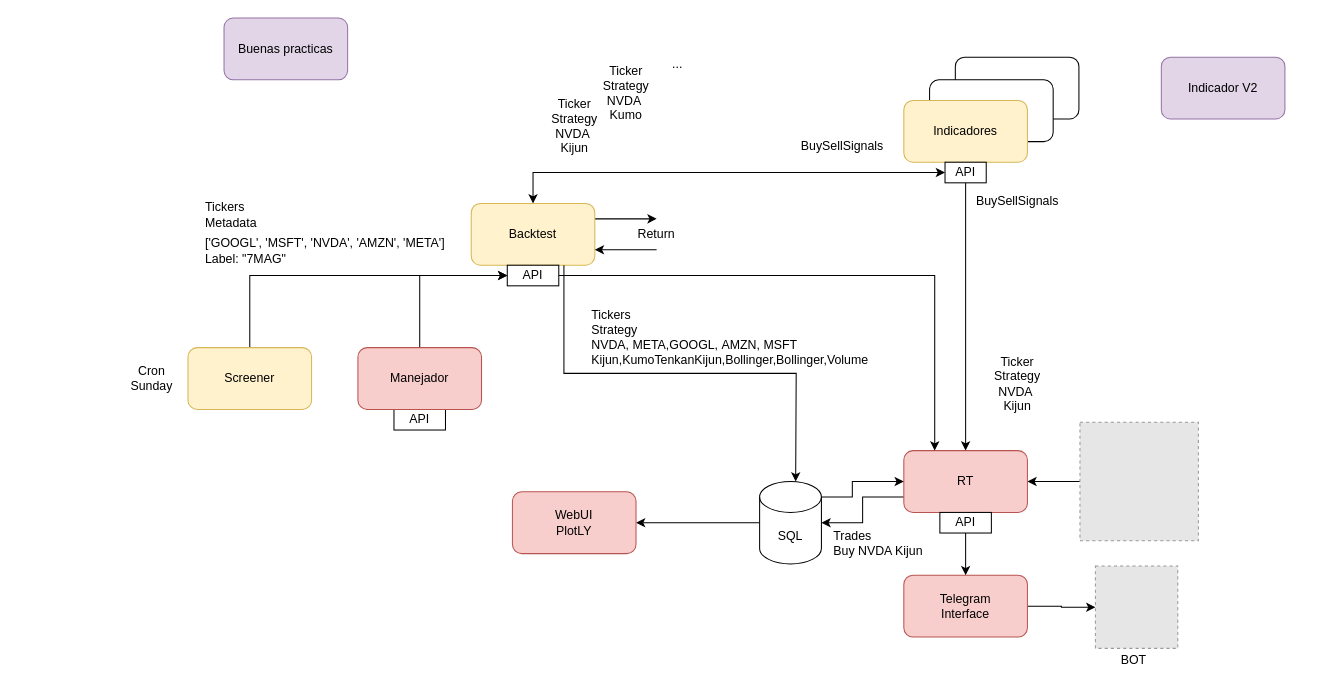
Above: page "Diagrama" (1 of 2) of TradingCore 24Q4.drawio in kbm15/pelacables-swing-trading-core (draw.io), before the change. Source tidied: cells renumbered, new cells numbered last; positions are measured from the earlier drawing's top-left corner, leaving out a move shared by most shapes. Both pictures are drawn from the tidied source at 103%, with x=0, y=0 at pixel (121, 18). Pictures stored in the file or linked from it are replaced by grey dashed boxes.
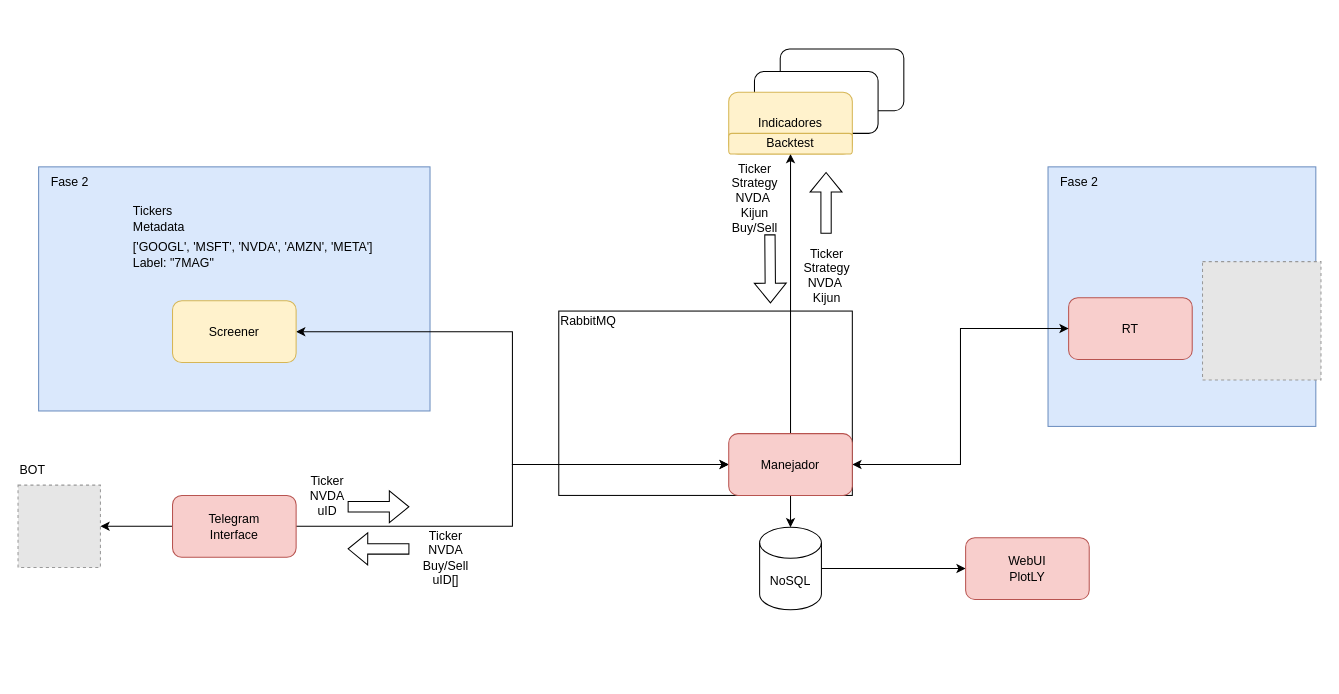
After the change.

Commit message:
New diagram with flowchart

Diff of the diagram source:
```diff
@@
-    <mxCell id="2" style="edgeStyle=orthogonalEdgeStyle;rounded=0;jettySize=auto;html=1;exitX=0.5;exitY=0;exitDx=0;exitDy=0;entryX=0;entryY=0.5;entryDx=0;entryDy=0;startArrow=classic;startFill=1;" parent="1" edge="1" source="4" target="26">
-      <mxGeometry relative="1" as="geometry" />
-    </mxCell>
-    <mxCell id="3" style="edgeStyle=orthogonalEdgeStyle;rounded=0;jettySize=auto;html=1;exitX=1;exitY=0.25;exitDx=0;exitDy=0;entryX=0.5;entryY=0;entryDx=0;entryDy=0;" parent="1" edge="1" source="4" target="33">
-      <mxGeometry relative="1" as="geometry">
-        <Array as="points">
-          <mxPoint x="500" y="195" />
-          <mxPoint x="500" y="195" />
-        </Array>
-      </mxGeometry>
-    </mxCell>
-    <mxCell id="4" value="Backtest" style="rounded=1;whiteSpace=wrap;html=1;fillColor=#fff2cc;strokeColor=#d6b656;" parent="1" vertex="1">
-      <mxGeometry x="340" y="180" width="120" height="60" as="geometry" />
-    </mxCell>
-    <mxCell id="5" style="edgeStyle=orthogonalEdgeStyle;rounded=0;jettySize=auto;html=1;exitX=0.5;exitY=0;exitDx=0;exitDy=0;entryX=0;entryY=0.5;entryDx=0;entryDy=0;" parent="1" edge="1" source="6" target="23">
-      <mxGeometry relative="1" as="geometry" />
-    </mxCell>
+    <mxCell id="47" value="RabbitMQ&lt;div&gt;&lt;br&gt;&lt;/div&gt;&lt;div&gt;&lt;br&gt;&lt;/div&gt;&lt;div&gt;&lt;br&gt;&lt;/div&gt;&lt;div style=&quot;&quot;&gt;&lt;br&gt;&lt;/div&gt;&lt;div style=&quot;&quot;&gt;&lt;br&gt;&lt;/div&gt;&lt;div style=&quot;&quot;&gt;&lt;br&gt;&lt;/div&gt;&lt;div style=&quot;&quot;&gt;&lt;br&gt;&lt;/div&gt;&lt;div style=&quot;&quot;&gt;&lt;br&gt;&lt;/div&gt;&lt;div style=&quot;&quot;&gt;&lt;br&gt;&lt;/div&gt;&lt;div style=&quot;&quot;&gt;&lt;br&gt;&lt;/div&gt;&lt;div style=&quot;&quot;&gt;&lt;br&gt;&lt;/div&gt;" style="rounded=0;whiteSpace=wrap;html=1;labelPosition=center;verticalLabelPosition=middle;align=left;verticalAlign=middle;" parent="1" vertex="1">
+      <mxGeometry x="425" y="284.5" width="285" height="179" as="geometry" />
+    </mxCell>
+    <mxCell id="48" style="rounded=0;whiteSpace=wrap;html=1;fillColor=#dae8fc;strokeColor=#6c8ebf;" parent="1" vertex="1">
+      <mxGeometry x="900" y="144.5" width="260" height="252" as="geometry" />
+    </mxCell>
+    <mxCell id="49" value="Fase 2" style="text;html=1;align=center;verticalAlign=middle;strokeColor=none;fillColor=none;" parent="1" vertex="1">
+      <mxGeometry x="900" y="144.5" width="60" height="30" as="geometry" />
+    </mxCell>
+    <mxCell id="50" style="rounded=0;whiteSpace=wrap;html=1;fillColor=#dae8fc;strokeColor=#6c8ebf;" parent="1" vertex="1">
+      <mxGeometry x="-80" y="144.5" width="380" height="237" as="geometry" />
+    </mxCell>
+    <mxCell id="51" style="edgeStyle=orthogonalEdgeStyle;rounded=0;jettySize=auto;html=1;exitX=1;exitY=0.5;exitDx=0;exitDy=0;entryX=0;entryY=0.5;entryDx=0;entryDy=0;startArrow=classic;startFill=1;" parent="1" edge="1" source="6" target="12">
+      <mxGeometry relative="1" as="geometry" />
+    </mxCell>
     <mxCell id="6" value="Screener" style="rounded=1;whiteSpace=wrap;html=1;fillColor=#fff2cc;strokeColor=#d6b656;" parent="1" vertex="1">
-      <mxGeometry x="65" y="320" width="120" height="60" as="geometry" />
+      <mxGeometry x="50" y="274.5" width="120" height="60" as="geometry" />
     </mxCell>
-    <mxCell id="7" style="edgeStyle=orthogonalEdgeStyle;rounded=0;jettySize=auto;html=1;exitX=0;exitY=0.75;exitDx=0;exitDy=0;entryX=1;entryY=0.5;entryDx=0;entryDy=0;entryPerimeter=0;" parent="1" edge="1" source="9" target="19">
-      <mxGeometry relative="1" as="geometry" />
-    </mxCell>
-    <mxCell id="8" style="edgeStyle=orthogonalEdgeStyle;rounded=0;jettySize=auto;html=1;exitX=1;exitY=0.5;exitDx=0;exitDy=0;startArrow=classic;startFill=1;" parent="1" edge="1" source="9">
-      <mxGeometry relative="1" as="geometry">
-        <mxPoint x="940" y="450" as="targetPoint" />
-      </mxGeometry>
-    </mxCell>
     <mxCell id="9" value="RT" style="rounded=1;whiteSpace=wrap;html=1;fillColor=#f8cecc;strokeColor=#b85450;" parent="1" vertex="1">
-      <mxGeometry x="760" y="420" width="120" height="60" as="geometry" />
+      <mxGeometry x="920" y="271.5" width="120" height="60" as="geometry" />
     </mxCell>
-    <mxCell id="10" value="API" style="rounded=0;whiteSpace=wrap;html=1;" parent="1" vertex="1">
-      <mxGeometry x="265" y="380" width="50" height="20" as="geometry" />
-    </mxCell>
-    <mxCell id="11" style="edgeStyle=orthogonalEdgeStyle;rounded=0;jettySize=auto;html=1;exitX=0.5;exitY=0;exitDx=0;exitDy=0;entryX=0;entryY=0.5;entryDx=0;entryDy=0;" parent="1" edge="1" source="12" target="23">
-      <mxGeometry relative="1" as="geometry" />
-    </mxCell>
-    <mxCell id="12" value="Manejador" style="rounded=1;whiteSpace=wrap;html=1;fillColor=#f8cecc;strokeColor=#b85450;" parent="1" vertex="1">
-      <mxGeometry x="230" y="320" width="120" height="60" as="geometry" />
-    </mxCell>
-    <mxCell id="13" value="Cron&lt;div&gt;Sunday&lt;/div&gt;" style="text;html=1;align=center;verticalAlign=middle;whiteSpace=wrap;rounded=0;" parent="1" vertex="1">
-      <mxGeometry y="335" width="60" height="30" as="geometry" />
-    </mxCell>
     <mxCell id="14" value="Tickers&amp;nbsp;&lt;div&gt;Metadata&lt;/div&gt;" style="text;html=1;align=left;verticalAlign=middle;whiteSpace=wrap;rounded=0;" parent="1" vertex="1">
-      <mxGeometry x="80" y="176" width="60" height="30" as="geometry" />
+      <mxGeometry x="10" y="180" width="60" height="30" as="geometry" />
     </mxCell>
     <mxCell id="15" style="rounded=1;whiteSpace=wrap;html=1;" parent="1" vertex="1">
-      <mxGeometry x="810" y="38" width="120" height="60" as="geometry" />
+      <mxGeometry x="640" y="30" width="120" height="60" as="geometry" />
     </mxCell>
     <mxCell id="16" style="rounded=1;whiteSpace=wrap;html=1;" parent="1" vertex="1">
-      <mxGeometry x="785" y="60" width="120" height="60" as="geometry" />
+      <mxGeometry x="615" y="52" width="120" height="60" as="geometry" />
     </mxCell>
     <mxCell id="17" value="Indicadores" style="rounded=1;whiteSpace=wrap;html=1;fillColor=#fff2cc;strokeColor=#d6b656;" parent="1" vertex="1">
-      <mxGeometry x="760" y="80" width="120" height="60" as="geometry" />
+      <mxGeometry x="590" y="72" width="120" height="60" as="geometry" />
     </mxCell>
-    <mxCell id="18" style="edgeStyle=orthogonalEdgeStyle;rounded=0;jettySize=auto;html=1;exitX=0;exitY=0.5;exitDx=0;exitDy=0;exitPerimeter=0;entryX=1;entryY=0.5;entryDx=0;entryDy=0;" parent="1" edge="1" source="19" target="37">
+    <mxCell id="18" style="edgeStyle=orthogonalEdgeStyle;rounded=0;jettySize=auto;html=1;exitX=1;exitY=0.5;exitDx=0;exitDy=0;exitPerimeter=0;entryX=0;entryY=0.5;entryDx=0;entryDy=0;" parent="1" edge="1" source="19" target="37">
       <mxGeometry relative="1" as="geometry" />
     </mxCell>
-    <mxCell id="19" value="SQL" style="shape=cylinder3;whiteSpace=wrap;html=1;boundedLbl=1;backgroundOutline=1;size=15;" parent="1" vertex="1">
-      <mxGeometry x="620" y="450" width="60" height="80" as="geometry" />
+    <mxCell id="19" value="NoSQL" style="shape=cylinder3;whiteSpace=wrap;html=1;boundedLbl=1;backgroundOutline=1;size=15;" parent="1" vertex="1">
+      <mxGeometry x="620" y="494.5" width="60" height="80" as="geometry" />
     </mxCell>
-    <mxCell id="20" value="Tickers&lt;div&gt;Strategy&lt;/div&gt;&lt;div&gt;&lt;div&gt;NVDA,&amp;nbsp;&lt;span style=&quot;background-color: initial;&quot;&gt;META,&lt;/span&gt;&lt;span style=&quot;background-color: initial;&quot;&gt;GOOGL,&lt;/span&gt;&lt;span style=&quot;background-color: initial;&quot;&gt;&amp;nbsp;&lt;/span&gt;&lt;span style=&quot;background-color: initial;&quot;&gt;AMZN,&lt;/span&gt;&lt;span style=&quot;background-color: initial;&quot;&gt;&amp;nbsp;&lt;/span&gt;&lt;span style=&quot;background-color: initial;&quot;&gt;MSFT&amp;nbsp; &amp;nbsp; &amp;nbsp;&lt;/span&gt;&lt;/div&gt;&lt;div&gt;&lt;span style=&quot;background-color: initial;&quot;&gt;Kijun,&lt;/span&gt;&lt;span style=&quot;background-color: initial;&quot;&gt;KumoTenkanKijun,&lt;/span&gt;&lt;span style=&quot;background-color: initial;&quot;&gt;Bollinger,&lt;/span&gt;&lt;span style=&quot;background-color: initial;&quot;&gt;Bollinger,&lt;/span&gt;&lt;span style=&quot;background-color: initial;&quot;&gt;Volume&lt;/span&gt;&lt;/div&gt;&lt;/div&gt;" style="text;html=1;align=left;verticalAlign=middle;whiteSpace=wrap;rounded=0;" parent="1" vertex="1">
-      <mxGeometry x="455" y="270" width="330" height="80" as="geometry" />
-    </mxCell>
     <mxCell id="21" value="['GOOGL', 'MSFT', 'NVDA', 'AMZN', 'META']&lt;div&gt;Label: &quot;7MAG&quot;&lt;/div&gt;" style="text;html=1;align=left;verticalAlign=middle;strokeColor=none;fillColor=none;" parent="1" vertex="1">
-      <mxGeometry x="80" y="206" width="260" height="40" as="geometry" />
+      <mxGeometry x="10" y="210" width="260" height="40" as="geometry" />
     </mxCell>
-    <mxCell id="22" style="edgeStyle=orthogonalEdgeStyle;rounded=0;jettySize=auto;html=1;exitX=1;exitY=0.5;exitDx=0;exitDy=0;entryX=0.25;entryY=0;entryDx=0;entryDy=0;" parent="1" edge="1" source="23" target="9">
-      <mxGeometry relative="1" as="geometry" />
-    </mxCell>
-    <mxCell id="23" value="API" style="rounded=0;whiteSpace=wrap;html=1;" parent="1" vertex="1">
-      <mxGeometry x="375" y="240" width="50" height="20" as="geometry" />
-    </mxCell>
     <mxCell id="24" value="&lt;div&gt;Ticker&lt;/div&gt;&lt;div&gt;Strategy&lt;/div&gt;NVDA&amp;nbsp;&lt;div&gt;Kijun&lt;/div&gt;" style="text;html=1;align=center;verticalAlign=middle;strokeColor=none;fillColor=none;" parent="1" vertex="1">
-      <mxGeometry x="405" y="70" width="70" height="70" as="geometry" />
+      <mxGeometry x="650" y="214.5" width="70" height="70" as="geometry" />
     </mxCell>
-    <mxCell id="25" style="edgeStyle=orthogonalEdgeStyle;rounded=0;jettySize=auto;html=1;exitX=0.5;exitY=1;exitDx=0;exitDy=0;entryX=0.5;entryY=0;entryDx=0;entryDy=0;" parent="1" edge="1" source="26" target="9">
-      <mxGeometry relative="1" as="geometry" />
-    </mxCell>
-    <mxCell id="26" value="API" style="rounded=0;whiteSpace=wrap;html=1;" parent="1" vertex="1">
-      <mxGeometry x="800" y="140" width="40" height="20" as="geometry" />
-    </mxCell>
-    <mxCell id="27" value="BuySellSignals" style="text;html=1;align=center;verticalAlign=middle;strokeColor=none;fillColor=none;" parent="1" vertex="1">
-      <mxGeometry x="650" y="110" width="100" height="30" as="geometry" />
-    </mxCell>
-    <mxCell id="28" value="BuySellSignals" style="text;html=1;align=center;verticalAlign=middle;strokeColor=none;fillColor=none;" parent="1" vertex="1">
-      <mxGeometry x="820" y="163" width="100" height="30" as="geometry" />
-    </mxCell>
-    <mxCell id="29" value="&lt;div&gt;Ticker&lt;/div&gt;&lt;div&gt;Strategy&lt;/div&gt;NVDA&amp;nbsp;&lt;div&gt;Kijun&lt;/div&gt;" style="text;html=1;align=center;verticalAlign=middle;strokeColor=none;fillColor=none;" parent="1" vertex="1">
-      <mxGeometry x="835" y="320" width="70" height="70" as="geometry" />
-    </mxCell>
-    <mxCell id="30" value="&lt;div&gt;Ticker&lt;/div&gt;&lt;div&gt;Strategy&lt;/div&gt;NVDA&amp;nbsp;&lt;div&gt;Kumo&lt;/div&gt;" style="text;html=1;align=center;verticalAlign=middle;strokeColor=none;fillColor=none;" parent="1" vertex="1">
-      <mxGeometry x="455" y="38" width="70" height="70" as="geometry" />
-    </mxCell>
-    <mxCell id="31" value="..." style="text;html=1;align=center;verticalAlign=middle;strokeColor=none;fillColor=none;" parent="1" vertex="1">
-      <mxGeometry x="525" y="30" width="30" height="30" as="geometry" />
-    </mxCell>
-    <mxCell id="32" style="edgeStyle=orthogonalEdgeStyle;rounded=0;jettySize=auto;html=1;exitX=0.5;exitY=1;exitDx=0;exitDy=0;entryX=1;entryY=0.75;entryDx=0;entryDy=0;" parent="1" edge="1" source="33" target="4">
-      <mxGeometry relative="1" as="geometry">
-        <Array as="points">
-          <mxPoint x="500" y="225" />
-          <mxPoint x="500" y="225" />
-        </Array>
-      </mxGeometry>
-    </mxCell>
-    <mxCell id="33" value="Return" style="text;html=1;align=center;verticalAlign=middle;whiteSpace=wrap;rounded=0;" parent="1" vertex="1">
-      <mxGeometry x="490" y="195" width="60" height="30" as="geometry" />
-    </mxCell>
-    <mxCell id="34" style="edgeStyle=orthogonalEdgeStyle;rounded=0;jettySize=auto;html=1;exitX=0.75;exitY=1;exitDx=0;exitDy=0;entryX=0.5;entryY=0;entryDx=0;entryDy=0;" parent="1" edge="1" source="4">
-      <mxGeometry relative="1" as="geometry">
-        <mxPoint x="655" y="450" as="targetPoint" />
-      </mxGeometry>
-    </mxCell>
-    <mxCell id="35" style="edgeStyle=orthogonalEdgeStyle;rounded=0;jettySize=auto;html=1;exitX=1;exitY=0;exitDx=0;exitDy=15;entryX=0;entryY=0.5;entryDx=0;entryDy=0;exitPerimeter=0;" parent="1" edge="1" source="19" target="9">
-      <mxGeometry relative="1" as="geometry">
-        <Array as="points">
-          <mxPoint x="710" y="465" />
-          <mxPoint x="710" y="450" />
-        </Array>
-      </mxGeometry>
-    </mxCell>
-    <mxCell id="36" value="Trades&lt;div&gt;Buy NVDA Kijun&lt;/div&gt;" style="text;html=1;align=left;verticalAlign=middle;strokeColor=none;fillColor=none;" parent="1" vertex="1">
-      <mxGeometry x="690" y="490" width="110" height="40" as="geometry" />
-    </mxCell>
     <mxCell id="37" value="WebUI&lt;div&gt;PlotLY&lt;/div&gt;" style="rounded=1;whiteSpace=wrap;html=1;fillColor=#f8cecc;strokeColor=#b85450;" parent="1" vertex="1">
-      <mxGeometry x="380" y="460" width="120" height="60" as="geometry" />
+      <mxGeometry x="820" y="504.5" width="120" height="60" as="geometry" />
     </mxCell>
-    <mxCell id="38" value="Buenas practicas" style="rounded=1;whiteSpace=wrap;html=1;fillColor=#e1d5e7;strokeColor=#9673a6;" parent="1" vertex="1">
-      <mxGeometry x="100" width="120" height="60" as="geometry" />
-    </mxCell>
-    <mxCell id="39" value="Indicador V2" style="rounded=1;whiteSpace=wrap;html=1;fillColor=#e1d5e7;strokeColor=#9673a6;" parent="1" vertex="1">
-      <mxGeometry x="1010" y="38" width="120" height="60" as="geometry" />
-    </mxCell>
-    <mxCell id="40" style="edgeStyle=orthogonalEdgeStyle;rounded=0;jettySize=auto;html=1;entryX=0;entryY=0.5;entryDx=0;entryDy=0;" parent="1" edge="1" source="41" target="42">
-      <mxGeometry relative="1" as="geometry" />
+    <mxCell id="40" style="edgeStyle=orthogonalEdgeStyle;rounded=0;orthogonalLoop=1;jettySize=auto;html=1;entryX=0;entryY=0.5;entryDx=0;entryDy=0;" parent="1" edge="1">
+      <mxGeometry relative="1" as="geometry">
+        <mxPoint x="880" y="571" as="sourcePoint" />
+      </mxGeometry>
     </mxCell>
-    <mxCell id="41" value="Telegram&lt;div&gt;Interface&lt;/div&gt;" style="rounded=1;whiteSpace=wrap;html=1;fillColor=#f8cecc;strokeColor=#b85450;" parent="1" vertex="1">
-      <mxGeometry x="760" y="541" width="120" height="60" as="geometry" />
-    </mxCell>
-    <mxCell id="42" style="fillColor=#E6E6E6;strokeColor=#999999;dashed=1;html=1;verticalAlign=top;verticalLabelPosition=bottom;labelBackgroundColor=#ffffff;" parent="1" vertex="1">
-      <mxGeometry x="946" y="532" width="80" height="80" as="geometry" />
-    </mxCell>
     <mxCell id="43" value="BOT" style="text;html=1;align=left;verticalAlign=middle;strokeColor=none;fillColor=none;" parent="1" vertex="1">
-      <mxGeometry x="969" y="609" width="50" height="30" as="geometry" />
+      <mxGeometry x="-100" y="423.5" width="50" height="30" as="geometry" />
     </mxCell>
     <mxCell id="44" style="fillColor=#E6E6E6;strokeColor=#999999;dashed=1;verticalLabelPosition=bottom;labelBackgroundColor=default;verticalAlign=top;" parent="1" vertex="1">
-      <mxGeometry x="931" y="392.5" width="115" height="115" as="geometry" />
+      <mxGeometry x="1050" y="236.5" width="115" height="115" as="geometry" />
     </mxCell>
-    <mxCell id="45" style="edgeStyle=orthogonalEdgeStyle;rounded=0;jettySize=auto;html=1;entryX=0.5;entryY=0;entryDx=0;entryDy=0;" parent="1" edge="1" source="46" target="41">
-      <mxGeometry relative="1" as="geometry" />
-    </mxCell>
-    <mxCell id="46" value="API" style="rounded=0;whiteSpace=wrap;html=1;" parent="1" vertex="1">
-      <mxGeometry x="795" y="480" width="50" height="20" as="geometry" />
-    </mxCell>
+    <mxCell id="52" value="Fase 2" style="text;html=1;align=center;verticalAlign=middle;strokeColor=none;fillColor=none;" parent="1" vertex="1">
+      <mxGeometry x="-80" y="144.5" width="60" height="30" as="geometry" />
+    </mxCell>
+    <mxCell id="53" style="edgeStyle=orthogonalEdgeStyle;rounded=0;jettySize=auto;html=1;" parent="1" edge="1" source="41" target="55">
+      <mxGeometry relative="1" as="geometry" />
+    </mxCell>
+    <mxCell id="54" style="edgeStyle=orthogonalEdgeStyle;rounded=0;jettySize=auto;html=1;exitX=1;exitY=0.5;exitDx=0;exitDy=0;entryX=0;entryY=0.5;entryDx=0;entryDy=0;" parent="1" edge="1" source="41" target="12">
+      <mxGeometry relative="1" as="geometry" />
+    </mxCell>
+    <mxCell id="41" value="Telegram&lt;div&gt;Interface&lt;/div&gt;" style="rounded=1;whiteSpace=wrap;html=1;fillColor=#f8cecc;strokeColor=#b85450;" parent="1" vertex="1">
+      <mxGeometry x="50" y="463.5" width="120" height="60" as="geometry" />
+    </mxCell>
+    <mxCell id="55" style="fillColor=#E6E6E6;strokeColor=#999999;dashed=1;html=1;verticalAlign=top;verticalLabelPosition=bottom;labelBackgroundColor=#ffffff;" parent="1" vertex="1">
+      <mxGeometry x="-100" y="453.5" width="80" height="80" as="geometry" />
+    </mxCell>
+    <mxCell id="56" style="edgeStyle=orthogonalEdgeStyle;rounded=0;jettySize=auto;html=1;" parent="1" edge="1" source="12" target="19">
+      <mxGeometry relative="1" as="geometry" />
+    </mxCell>
+    <mxCell id="57" style="edgeStyle=orthogonalEdgeStyle;rounded=0;jettySize=auto;html=1;exitX=0.5;exitY=0;exitDx=0;exitDy=0;" parent="1" edge="1" source="12" target="4">
+      <mxGeometry relative="1" as="geometry" />
+    </mxCell>
+    <mxCell id="58" style="edgeStyle=orthogonalEdgeStyle;rounded=0;jettySize=auto;html=1;exitX=1;exitY=0.5;exitDx=0;exitDy=0;entryX=0;entryY=0.5;entryDx=0;entryDy=0;startArrow=classic;startFill=1;" parent="1" edge="1" source="12" target="9">
+      <mxGeometry relative="1" as="geometry" />
+    </mxCell>
+    <mxCell id="12" value="Manejador" style="rounded=1;whiteSpace=wrap;html=1;fillColor=#f8cecc;strokeColor=#b85450;" parent="1" vertex="1">
+      <mxGeometry x="590" y="403.5" width="120" height="60" as="geometry" />
+    </mxCell>
+    <mxCell id="4" value="Backtest" style="rounded=1;whiteSpace=wrap;html=1;fillColor=#fff2cc;strokeColor=#d6b656;" parent="1" vertex="1">
+      <mxGeometry x="590" y="112" width="120" height="20" as="geometry" />
+    </mxCell>
+    <mxCell id="59" value="Ticker&lt;div&gt;NVDA&lt;/div&gt;&lt;div&gt;uID&lt;/div&gt;" style="text;html=1;align=center;verticalAlign=middle;strokeColor=none;fillColor=none;" parent="1" vertex="1">
+      <mxGeometry x="170" y="433.5" width="60" height="60" as="geometry" />
+    </mxCell>
+    <mxCell id="60" style="shape=flexArrow;endArrow=classic;html=1;rounded=0;" parent="1" edge="1">
+      <mxGeometry relative="1" as="geometry">
+        <mxPoint x="220" y="474.5" as="sourcePoint" />
+        <mxPoint x="280" y="474.5" as="targetPoint" />
+      </mxGeometry>
+    </mxCell>
+    <mxCell id="61" value="Ticker&lt;div&gt;NVDA&lt;/div&gt;&lt;div&gt;Buy/Sell&lt;/div&gt;&lt;div&gt;uID[]&lt;/div&gt;" style="text;html=1;align=center;verticalAlign=middle;strokeColor=none;fillColor=none;" parent="1" vertex="1">
+      <mxGeometry x="280" y="488.5" width="70" height="70" as="geometry" />
+    </mxCell>
+    <mxCell id="62" style="shape=flexArrow;endArrow=classic;html=1;rounded=0;entryX=-0.052;entryY=0.578;entryDx=0;entryDy=0;entryPerimeter=0;" parent="1" edge="1">
+      <mxGeometry relative="1" as="geometry">
+        <mxPoint x="280" y="515.5" as="sourcePoint" />
+        <mxPoint x="220" y="515.3" as="targetPoint" />
+      </mxGeometry>
+    </mxCell>
+    <mxCell id="63" style="shape=flexArrow;endArrow=classic;html=1;rounded=0;" parent="1" edge="1">
+      <mxGeometry relative="1" as="geometry">
+        <mxPoint x="684.5" y="209.5" as="sourcePoint" />
+        <mxPoint x="684.5" y="149.5" as="targetPoint" />
+      </mxGeometry>
+    </mxCell>
+    <mxCell id="64" value="&lt;div&gt;Ticker&lt;/div&gt;&lt;div&gt;Strategy&lt;/div&gt;NVDA&amp;nbsp;&lt;div&gt;Kijun&lt;/div&gt;&lt;div&gt;Buy/Sell&lt;/div&gt;" style="text;html=1;align=center;verticalAlign=middle;strokeColor=none;fillColor=none;" parent="1" vertex="1">
+      <mxGeometry x="580" y="129.5" width="70" height="90" as="geometry" />
+    </mxCell>
+    <mxCell id="65" style="shape=flexArrow;endArrow=classic;html=1;rounded=0;" parent="1" edge="1">
+      <mxGeometry relative="1" as="geometry">
+        <mxPoint x="630" y="210" as="sourcePoint" />
+        <mxPoint x="630.5" y="277" as="targetPoint" />
+      </mxGeometry>
+    </mxCell>
```
